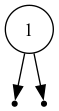
SharQawyCS/Optimal-Binary-Search-Tree keeps this Graphviz diagram as tree.png. Above is the earlier version. Its source is kept beside it as tree.dot.
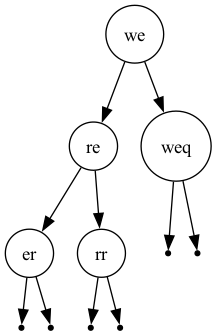
After the commit.

Commit message:
Enhance tree analysis functionality

Diff of the diagram source:
```diff
@@ -1,7 +1,19 @@
 digraph OBST {
   node [shape=circle];
+  "we" -> "re";
+  "re" -> "er";
   null0 [shape=point];
-  "1" -> null0;
+  "er" -> null0;
   null1 [shape=point];
-  "1" -> null1;
+  "er" -> null1;
+  "re" -> "rr";
+  null2 [shape=point];
+  "rr" -> null2;
+  null3 [shape=point];
+  "rr" -> null3;
+  "we" -> "weq";
+  null4 [shape=point];
+  "weq" -> null4;
+  null5 [shape=point];
+  "weq" -> null5;
 }
```
